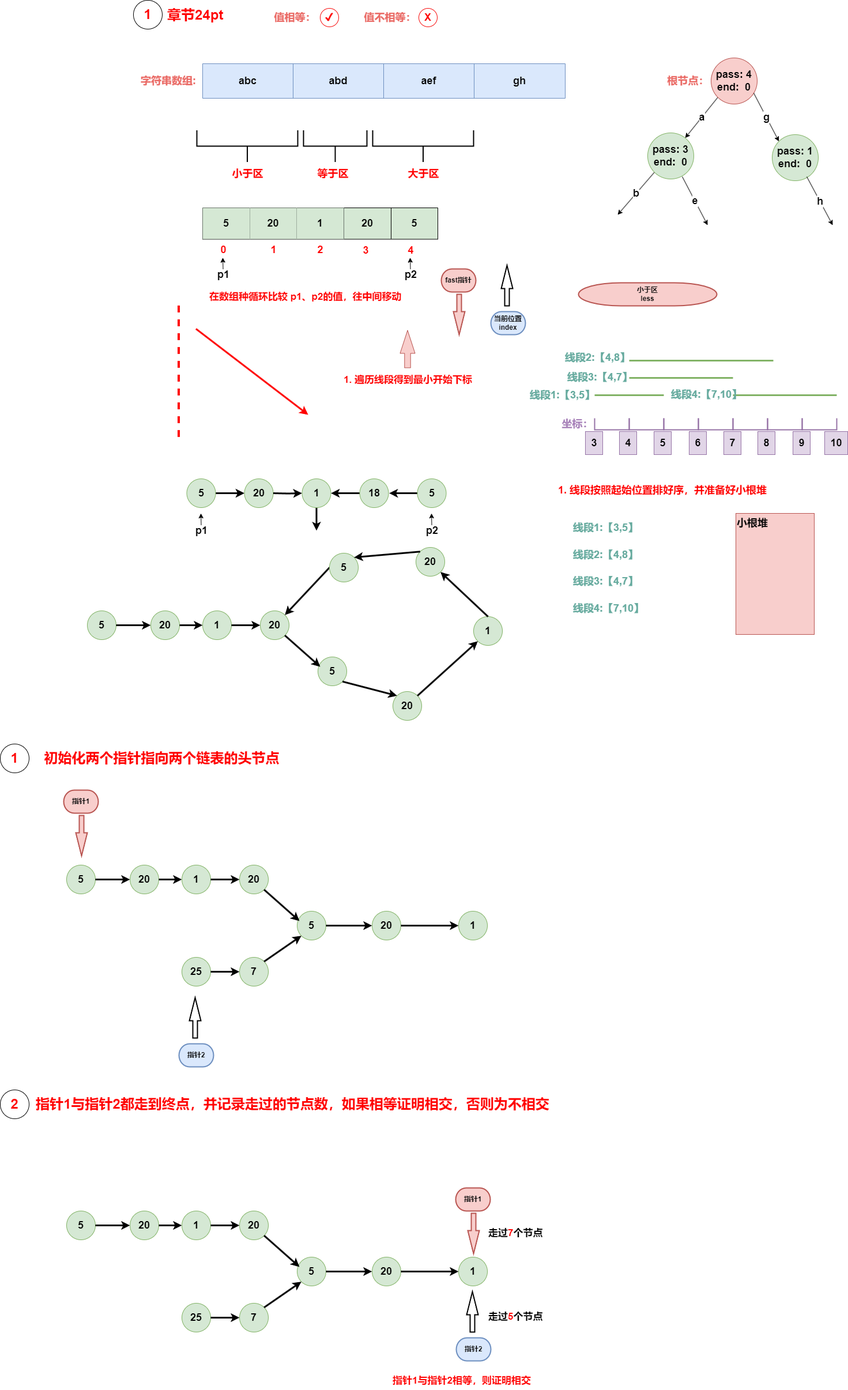
The draw.io diagram algrithem/style_composite.drawio.png in muxicode/c153080686, before a commit. Source tidied: cells renumbered, new cells last; positions are measured from the earlier drawing's top-left corner, leaving out a move shared by most shapes.
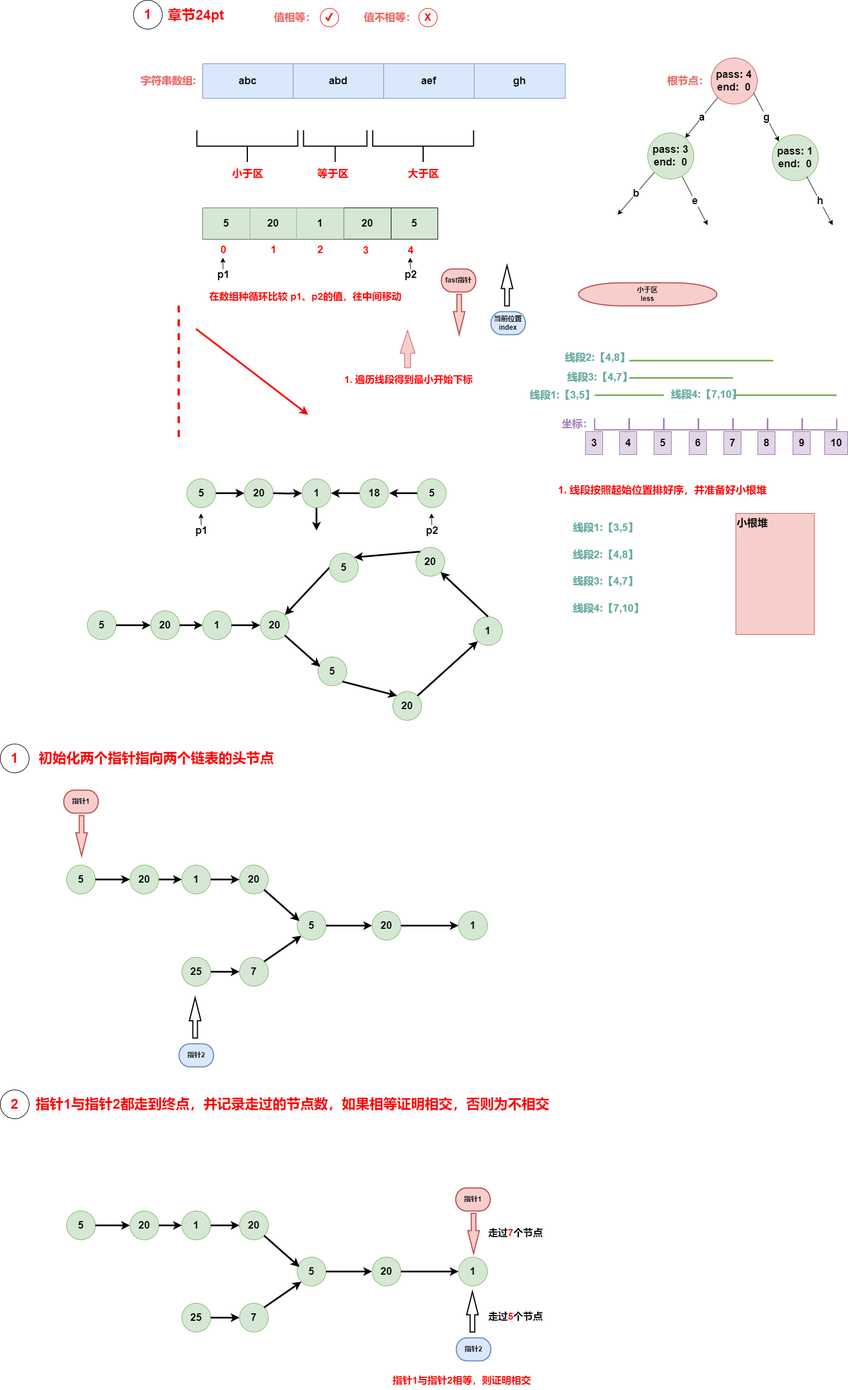
Above is the later version.

What changed in the source:
```diff
@@ -468,7 +468,7 @@
     <mxCell id="141" value="&lt;font color=&quot;#ff0000&quot; style=&quot;font-size: 24px;&quot;&gt;1&lt;/font&gt;" style="ellipse;whiteSpace=wrap;html=1;fontStyle=1;" parent="119" vertex="1">
       <mxGeometry width="50" height="50" as="geometry" />
     </mxCell>
-    <mxCell id="142" value="&lt;font color=&quot;#ff0000&quot;&gt;&lt;span style=&quot;font-size: 24px;&quot;&gt;初始化两个指针指向两个链表的头节点&lt;/span&gt;&lt;/font&gt;" style="text;html=1;align=center;verticalAlign=middle;strokeColor=none;fillColor=none;fontStyle=1;fontSize=16;" parent="119" vertex="1">
+    <mxCell id="142" value="&lt;font color=&quot;#ff0000&quot;&gt;&lt;span style=&quot;font-size: 24px;&quot;&gt;初始化两个指针指向两个链表的头节点&lt;/span&gt;&lt;/font&gt;" style="text;html=1;align=left;verticalAlign=middle;strokeColor=none;fillColor=none;fontStyle=1;fontSize=16;" parent="119" vertex="1">
       <mxGeometry x="65" y="5" width="430" height="40" as="geometry" />
     </mxCell>
     <mxCell id="143" style="group;" parent="1" vertex="1">
```
